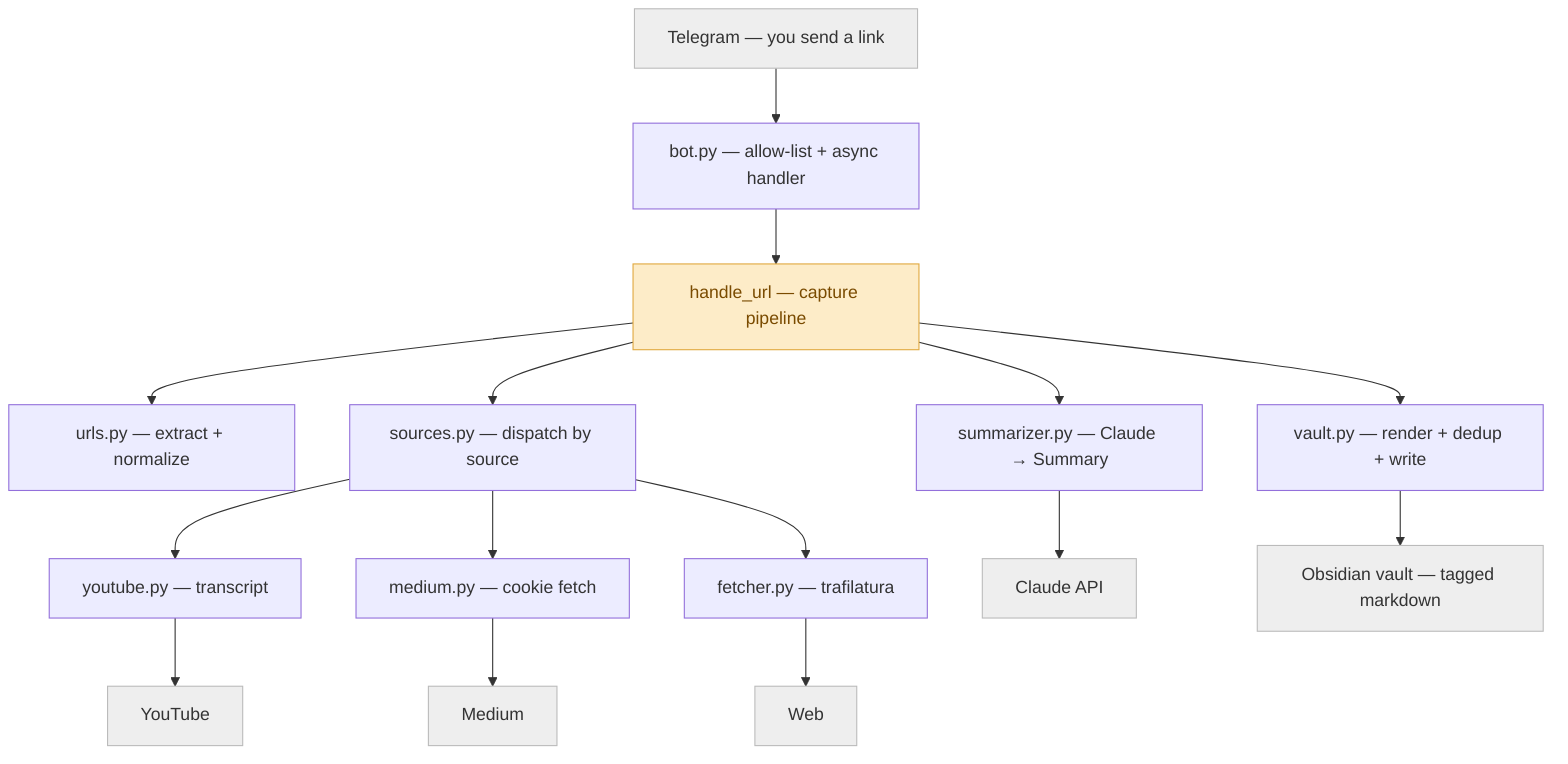
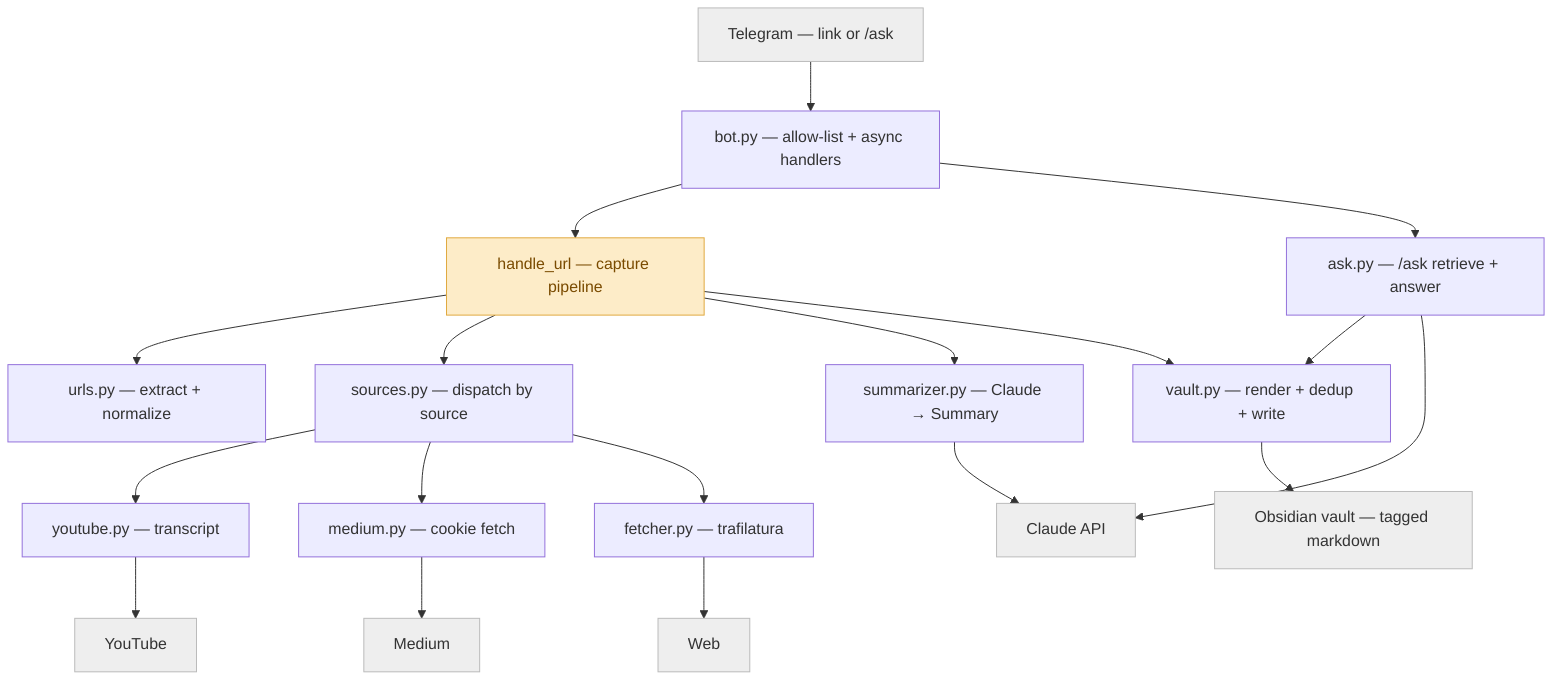
flowchart TD
-     tg["Telegram — you send a link"] --> bot["bot.py — allow-list + async handler"]
+     tg["Telegram — link or /ask"] --> bot["bot.py — allow-list + async handlers"]
    bot --> handle["handle_url — capture pipeline"]
+     bot --> ask["ask.py — /ask retrieve + answer"]
+     ask --> vault
+     ask --> claude
    handle --> urls["urls.py — extract + normalize"]
    handle --> sources["sources.py — dispatch by source"]
    handle --> summarizer["summarizer.py — Claude → Summary"]
    handle --> vault["vault.py — render + dedup + write"]
    sources --> youtube["youtube.py — transcript"]
    sources --> medium["medium.py — cookie fetch"]
    sources --> fetcher["fetcher.py — trafilatura"]
    summarizer --> claude["Claude API"]
    vault --> obsidian["Obsidian vault — tagged markdown"]
    youtube --> yt["YouTube"]
    medium --> md["Medium"]
    fetcher --> web["Web"]

    classDef focal fill:#fdecc8,stroke:#e0a93f,color:#7a4b00;
    classDef ext fill:#eeeeee,stroke:#bbbbbb,color:#333333;
    class handle focal;
    class tg,claude,obsidian,yt,md,web ext;
